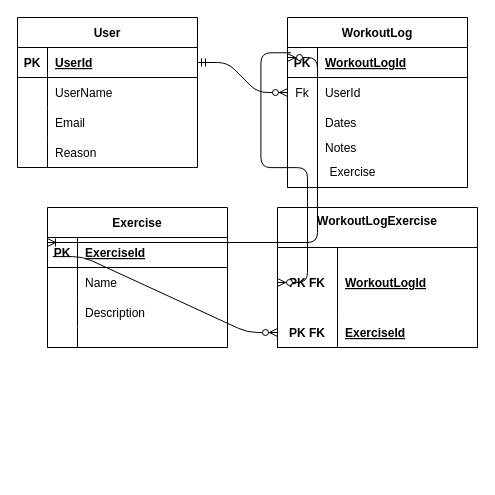
This is FinalProject/UML/Diagram.drawio from JoshuaDaugherty/Chapter1--1115, a draw.io file, before an edit. Source tidied: cells renumbered, new cells numbered last; positions are measured from the earlier drawing's top-left corner, leaving out a move shared by most shapes. Both pictures are drawn from the tidied source at 100%, with x=0, y=0 at pixel (17, 17).
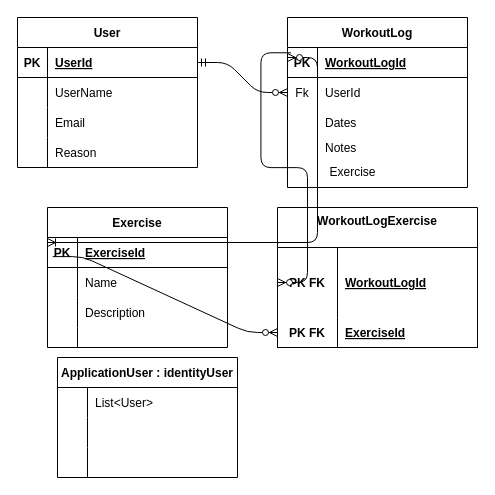
The same page after the edit.

Diff of the diagram source:
```diff
@@
+    <mxCell id="53" value="ApplicationUser : identityUser" style="shape=table;startSize=30;childLayout=tableLayout;rowLines=0;fontStyle=1;align=center;" parent="1" vertex="1">
+      <mxGeometry x="40" y="340" width="180" height="120" as="geometry" />
+    </mxCell>
+    <mxCell id="54" style="shape=tableRow;horizontal=0;startSize=0;swimlaneHead=0;swimlaneBody=0;fillColor=none;top=0;left=0;right=0;bottom=0;" parent="53" vertex="1">
+      <mxGeometry y="30" width="180" height="30" as="geometry" />
+    </mxCell>
+    <mxCell id="55" style="shape=partialRectangle;fillColor=none;top=0;left=0;bottom=0;right=0;overflow=hidden;" parent="54" vertex="1">
+      <mxGeometry width="30" height="30" as="geometry" />
+    </mxCell>
+    <mxCell id="56" value="List&lt;User&gt;" style="shape=partialRectangle;fillColor=none;top=0;left=0;bottom=0;right=0;align=left;spacingLeft=6;overflow=hidden;" parent="54" vertex="1">
+      <mxGeometry x="30" width="150" height="30" as="geometry" />
+    </mxCell>
+    <mxCell id="57" style="shape=tableRow;horizontal=0;startSize=0;swimlaneHead=0;swimlaneBody=0;fillColor=none;top=0;left=0;right=0;bottom=0;" parent="53" vertex="1">
+      <mxGeometry y="60" width="180" height="30" as="geometry" />
+    </mxCell>
+    <mxCell id="58" style="shape=partialRectangle;fillColor=none;top=0;left=0;bottom=0;right=0;overflow=hidden;" parent="57" vertex="1">
+      <mxGeometry width="30" height="30" as="geometry" />
+    </mxCell>
+    <mxCell id="59" style="shape=partialRectangle;fillColor=none;top=0;left=0;bottom=0;right=0;align=left;spacingLeft=6;overflow=hidden;" parent="57" vertex="1">
+      <mxGeometry x="30" width="150" height="30" as="geometry" />
+    </mxCell>
+    <mxCell id="60" style="shape=tableRow;horizontal=0;startSize=0;swimlaneHead=0;swimlaneBody=0;fillColor=none;top=0;left=0;right=0;bottom=0;" parent="53" vertex="1">
+      <mxGeometry y="90" width="180" height="30" as="geometry" />
+    </mxCell>
+    <mxCell id="61" style="shape=partialRectangle;fillColor=none;top=0;left=0;bottom=0;right=0;overflow=hidden;" parent="60" vertex="1">
+      <mxGeometry width="30" height="30" as="geometry" />
+    </mxCell>
+    <mxCell id="62" style="shape=partialRectangle;fillColor=none;top=0;left=0;bottom=0;right=0;align=left;spacingLeft=6;overflow=hidden;" parent="60" vertex="1">
+      <mxGeometry x="30" width="150" height="30" as="geometry" />
+    </mxCell>
```
